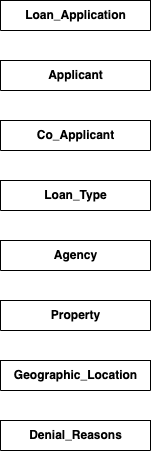
This is Untitled Diagram.drawio.png from nivasharmaa/CS336-Project0-group43, a draw.io export, as it was before one commit. Source tidied: cells renumbered, new cells last; positions are measured from the earlier drawing's top-left corner, leaving out a move shared by most shapes.
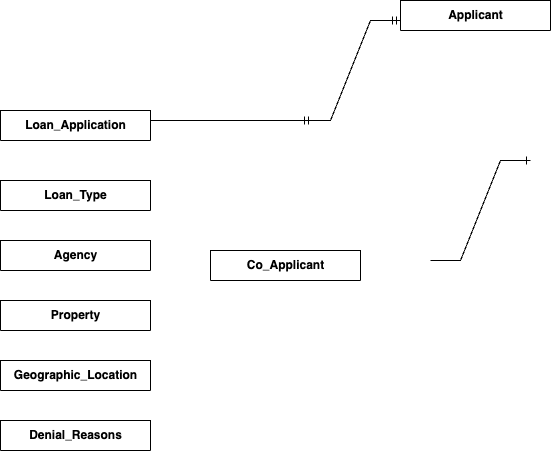
Later version of the same file.

Change to the diagram source:
```diff
@@ -3,13 +3,13 @@
     <mxCell id="0" />
     <mxCell id="1" parent="0" />
     <mxCell id="2" value="Loan&lt;span class=&quot;hljs-emphasis&quot;&gt;_Application&lt;/span&gt;" style="shape=table;startSize=30;rowLines=0;fontStyle=1;align=center;html=1;" parent="1" vertex="1" collapsed="1">
-      <mxGeometry width="150" height="30" as="geometry" />
+      <mxGeometry y="110" width="150" height="30" as="geometry" />
     </mxCell>
     <mxCell id="3" value="Applicant" style="shape=table;startSize=30;rowLines=0;fontStyle=1;align=center;html=1;" parent="1" vertex="1" collapsed="1">
-      <mxGeometry y="60" width="150" height="30" as="geometry" />
+      <mxGeometry x="400" width="150" height="30" as="geometry" />
     </mxCell>
     <mxCell id="4" value="Co&lt;span class=&quot;hljs-emphasis&quot;&gt;_Applicant&lt;/span&gt;" style="shape=table;startSize=30;rowLines=0;fontStyle=1;align=center;html=1;" parent="1" vertex="1" collapsed="1">
-      <mxGeometry y="120" width="150" height="30" as="geometry" />
+      <mxGeometry x="210" y="250" width="150" height="30" as="geometry" />
     </mxCell>
     <mxCell id="5" value="Loan_Type" style="shape=table;startSize=30;rowLines=0;fontStyle=1;align=center;html=1;" parent="1" vertex="1" collapsed="1">
       <mxGeometry y="180" width="150" height="30" as="geometry" />
@@ -26,5 +26,26 @@
     <mxCell id="9" value="Denial&lt;span class=&quot;hljs-emphasis&quot;&gt;_Reasons&lt;/span&gt;" style="shape=table;startSize=30;rowLines=0;fontStyle=1;align=center;html=1;" parent="1" vertex="1" collapsed="1">
       <mxGeometry y="420" width="150" height="30" as="geometry" />
     </mxCell>
+    <mxCell id="10" style="edgeStyle=entityRelationEdgeStyle;fontSize=12;html=1;endArrow=ERmandOne;startArrow=ERmandOne;rounded=0;" parent="1" edge="1">
+      <mxGeometry relative="1" as="geometry">
+        <mxPoint x="300" y="120" as="sourcePoint" />
+        <mxPoint x="400" y="20" as="targetPoint" />
+        <Array as="points">
+          <mxPoint x="350" y="70" />
+        </Array>
+      </mxGeometry>
+    </mxCell>
+    <mxCell id="11" style="edgeStyle=entityRelationEdgeStyle;fontSize=12;html=1;endArrow=ERone;endFill=1;rounded=0;" parent="1" edge="1">
+      <mxGeometry relative="1" as="geometry">
+        <mxPoint x="430" y="260" as="sourcePoint" />
+        <mxPoint x="530" y="160" as="targetPoint" />
+      </mxGeometry>
+    </mxCell>
+    <mxCell id="12" style="endArrow=none;html=1;rounded=0;" parent="1" edge="1">
+      <mxGeometry relative="1" as="geometry">
+        <mxPoint x="150" y="120" as="sourcePoint" />
+        <mxPoint x="310" y="120" as="targetPoint" />
+      </mxGeometry>
+    </mxCell>
   </root>
 </mxGraphModel>
```
